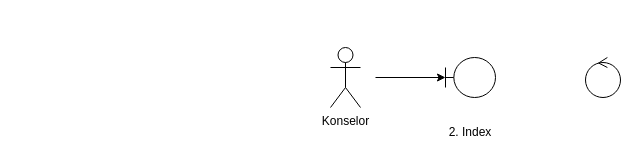
The draw.io diagram Mini-Proj/MP_CC_EntryDD.drawio in mahesri/uml_ads_sms3, before the edit. Source tidied: cells renumbered, new cells numbered last; positions are measured from the earlier drawing's top-left corner, leaving out a move shared by most shapes. Both pictures are drawn from the tidied source at 100%, with x=0, y=0 at pixel (330, 47).
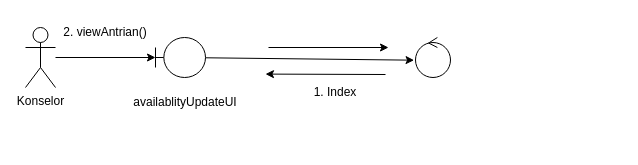
The same page after the edit.

Diff of the diagram source:
```diff
@@
 <mxGraphModel>
   <root>
     <mxCell id="0" />
     <mxCell id="1" parent="0" />
     <mxCell id="2" value="Konselor" style="shape=umlActor;verticalLabelPosition=bottom;verticalAlign=top;html=1;" parent="1" vertex="1">
-      <mxGeometry width="30" height="60" as="geometry" />
+      <mxGeometry x="-305" y="-20" width="30" height="60" as="geometry" />
     </mxCell>
     <mxCell id="3" style="endArrow=classic;html=1;rounded=0;" parent="1" edge="1">
       <mxGeometry relative="1" as="geometry">
-        <mxPoint x="45" y="30" as="sourcePoint" />
-        <mxPoint x="115" y="30" as="targetPoint" />
+        <mxPoint x="-275" y="10" as="sourcePoint" />
+        <mxPoint x="-175" y="10" as="targetPoint" />
       </mxGeometry>
     </mxCell>
     <mxCell id="4" style="shape=umlBoundary;whiteSpace=wrap;html=1;" parent="1" vertex="1">
-      <mxGeometry x="115" y="10" width="50" height="40" as="geometry" />
+      <mxGeometry x="-175" y="-10" width="50" height="40" as="geometry" />
     </mxCell>
     <mxCell id="5" style="ellipse;shape=umlControl;whiteSpace=wrap;html=1;" parent="1" vertex="1">
-      <mxGeometry x="255" y="10" width="35" height="40" as="geometry" />
+      <mxGeometry x="85" y="-10" width="35" height="40" as="geometry" />
     </mxCell>
-    <mxCell id="6" value="2. Index" style="text;html=1;strokeColor=none;fillColor=none;align=center;verticalAlign=middle;whiteSpace=wrap;rounded=0;" parent="1" vertex="1">
-      <mxGeometry x="110" y="70" width="60" height="30" as="geometry" />
+    <mxCell id="6" value="1. Index" style="text;html=1;strokeColor=none;fillColor=none;align=center;verticalAlign=middle;whiteSpace=wrap;rounded=0;" parent="1" vertex="1">
+      <mxGeometry x="-25" y="30" width="60" height="30" as="geometry" />
     </mxCell>
+    <mxCell id="7" style="endArrow=classic;html=1;rounded=0;entryX=-0.041;entryY=0.567;entryDx=0;entryDy=0;entryPerimeter=0;" parent="1" edge="1" source="4" target="5">
+      <mxGeometry relative="1" as="geometry" />
+    </mxCell>
+    <mxCell id="8" style="endArrow=classic;html=1;rounded=0;" parent="1" edge="1">
+      <mxGeometry relative="1" as="geometry">
+        <mxPoint x="-62" as="sourcePoint" />
+        <mxPoint x="58" as="targetPoint" />
+      </mxGeometry>
+    </mxCell>
+    <mxCell id="9" style="endArrow=classic;html=1;rounded=0;" parent="1" edge="1">
+      <mxGeometry relative="1" as="geometry">
+        <mxPoint x="55" y="27" as="sourcePoint" />
+        <mxPoint x="-65" y="26.6" as="targetPoint" />
+      </mxGeometry>
+    </mxCell>
+    <mxCell id="10" value="availablityUpdateUI" style="text;html=1;strokeColor=none;fillColor=none;align=center;verticalAlign=middle;whiteSpace=wrap;rounded=0;" parent="1" vertex="1">
+      <mxGeometry x="-205" y="40" width="120" height="30" as="geometry" />
+    </mxCell>
+    <mxCell id="11" value="2. viewAntrian()" style="text;html=1;strokeColor=none;fillColor=none;align=center;verticalAlign=middle;whiteSpace=wrap;rounded=0;" parent="1" vertex="1">
+      <mxGeometry x="-275" y="-30" width="100" height="30" as="geometry" />
+    </mxCell>
   </root>
 </mxGraphModel>
```
